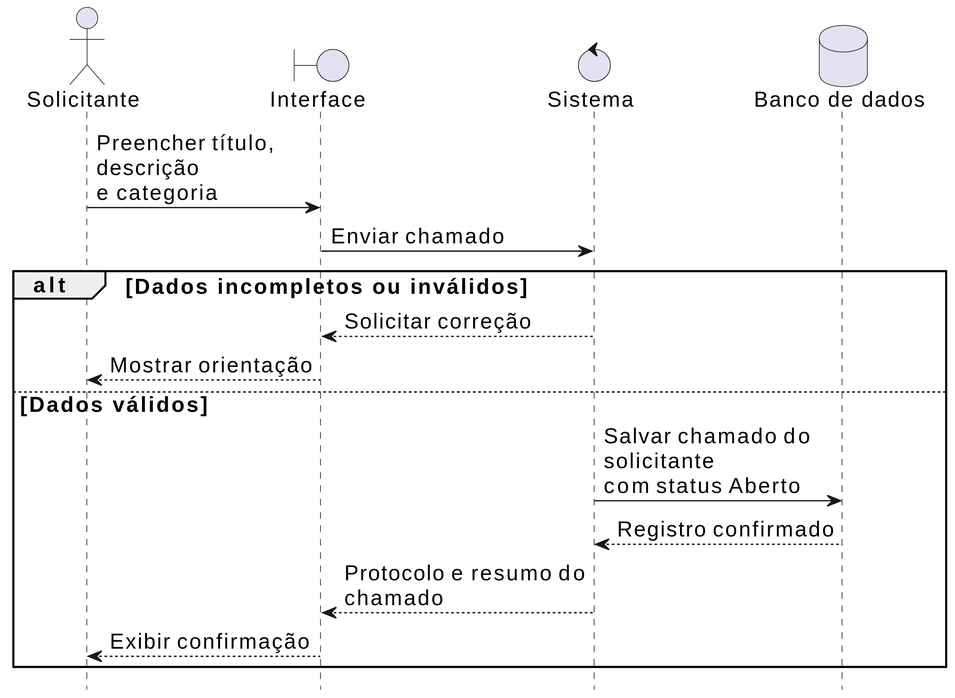
Above: docs/diagrams/entrega-open-ticket.svg in Lfijho/chamadosLES (PlantUML), before the change.
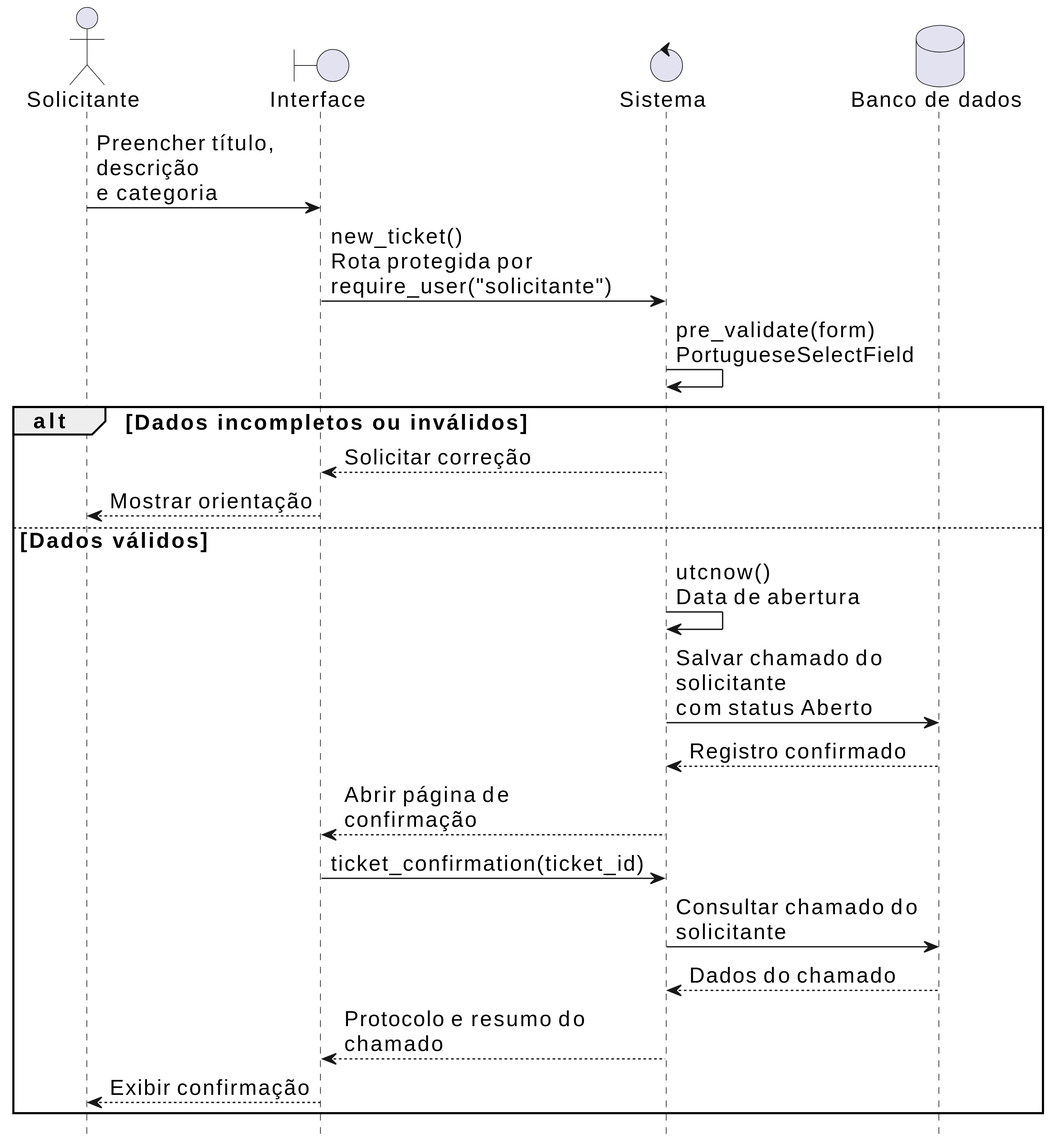
After the change.

Change to the diagram source:
```diff
@@ -12,13 +12,19 @@
 control "Sistema" as S
 database "Banco de dados" as B
 U -> I : Preencher título, descrição\ne categoria
-I -> S : Enviar chamado
+I -> S : new_ticket()\nRota protegida por require_user("solicitante")
+S -> S : pre_validate(form)\nPortugueseSelectField
 alt Dados incompletos ou inválidos
   S --> I : Solicitar correção
   I --> U : Mostrar orientação
 else Dados válidos
+  S -> S : utcnow()\nData de abertura
   S -> B : Salvar chamado do solicitante\ncom status Aberto
   B --> S : Registro confirmado
+  S --> I : Abrir página de confirmação
+  I -> S : ticket_confirmation(ticket_id)
+  S -> B : Consultar chamado do solicitante
+  B --> S : Dados do chamado
   S --> I : Protocolo e resumo do chamado
   I --> U : Exibir confirmação
 end
```
